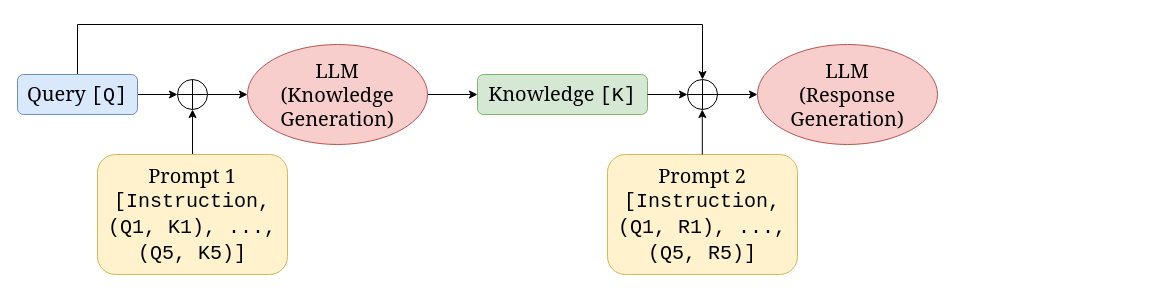
The draw.io diagram figs/know_gen.drawio in AmourWaltz/FactDial, before the edit. Source tidied: cells renumbered, new cells numbered last; positions are measured from the earlier drawing's top-left corner, leaving out a move shared by most shapes. Both pictures are drawn from the tidied source at 100%, with x=0, y=0 at pixel (17, 24).
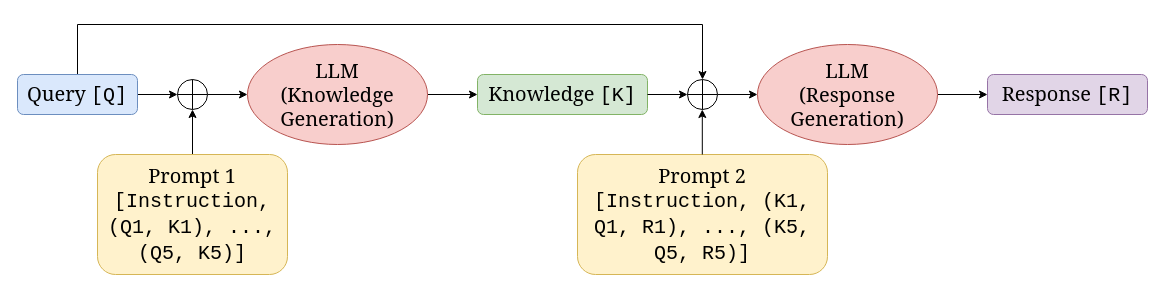
The same page after the edit.

Unchanged cells that the change refers to:
```xml
<mxCell id="15" value="&lt;font face=&quot;Georgia&quot; style=&quot;font-size: 20px;&quot;&gt;LLM&lt;br&gt;&lt;font style=&quot;font-size: 20px;&quot;&gt;(Response Generation)&lt;/font&gt;&lt;/font&gt;" style="ellipse;whiteSpace=wrap;html=1;fillColor=#f8cecc;strokeColor=#b85450;" parent="1" vertex="1">
  <mxGeometry x="740" y="20" width="180" height="100" as="geometry" />
</mxCell>
```

Change to the diagram source:
```diff
@@
+    <mxCell id="18" style="edgeStyle=orthogonalEdgeStyle;rounded=0;jettySize=auto;html=1;exitX=1;exitY=0.5;exitDx=0;exitDy=0;entryX=0;entryY=0.5;entryDx=0;entryDy=0;" parent="1" edge="1" source="15" target="19">
+      <mxGeometry relative="1" as="geometry" />
+    </mxCell>
@@
-    <mxCell id="16" value="&lt;font style=&quot;font-size: 20px;&quot;&gt;&lt;font face=&quot;Georgia&quot;&gt;Prompt 2&lt;/font&gt;&lt;br&gt;&lt;font face=&quot;Courier New&quot;&gt;[Instruction, (Q1, R1), ..., (Q5, R5)]&lt;/font&gt;&lt;br&gt;&lt;/font&gt;" style="rounded=1;whiteSpace=wrap;html=1;fillColor=#fff2cc;strokeColor=#d6b656;" parent="1" vertex="1">
-      <mxGeometry x="590" y="130" width="190" height="120" as="geometry" />
+    <mxCell id="16" value="&lt;font style=&quot;font-size: 20px;&quot;&gt;&lt;font face=&quot;Georgia&quot;&gt;Prompt 2&lt;/font&gt;&lt;br&gt;&lt;font face=&quot;Courier New&quot;&gt;[Instruction, (K1, Q1, R1), ..., (K5, Q5, R5)]&lt;/font&gt;&lt;br&gt;&lt;/font&gt;" style="rounded=1;whiteSpace=wrap;html=1;fillColor=#fff2cc;strokeColor=#d6b656;" parent="1" vertex="1">
+      <mxGeometry x="560" y="130" width="250" height="120" as="geometry" />
     </mxCell>
@@
+    <mxCell id="19" value="&lt;font style=&quot;font-size: 20px;&quot; face=&quot;Georgia&quot;&gt;Response&amp;nbsp;&lt;/font&gt;&lt;font face=&quot;Courier New&quot; style=&quot;font-size: 20px;&quot;&gt;[R]&lt;/font&gt;" style="rounded=1;whiteSpace=wrap;html=1;fillColor=#e1d5e7;strokeColor=#9673a6;" parent="1" vertex="1">
+      <mxGeometry x="970" y="50" width="160" height="40" as="geometry" />
+    </mxCell>
```
